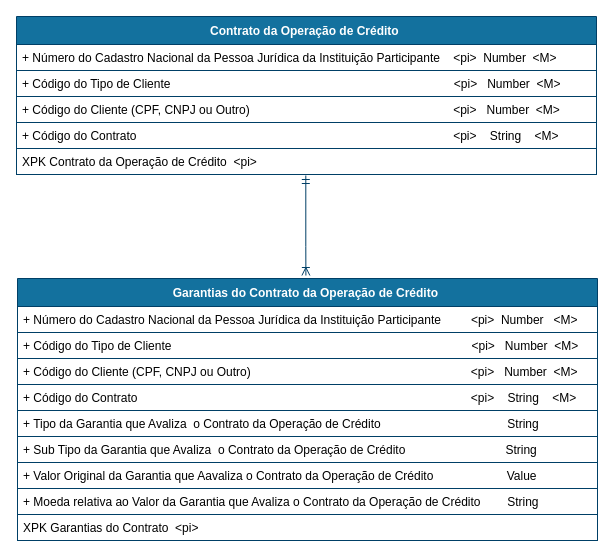
This is draw_io_diagrams/bank_borrowing/DER_BankBorrowing_Warranties.drawio from OpenBanking-Brasil/areadesenvolvedor, a draw.io file, before an edit. Source tidied: cells renumbered, new cells numbered last; positions are measured from the earlier drawing's top-left corner, leaving out a move shared by most shapes. Both pictures are drawn from the tidied source at 100%, with x=0, y=0 at pixel (16, 16).
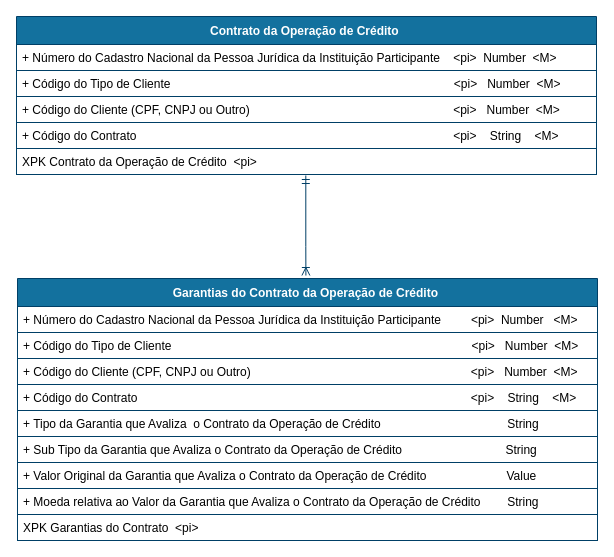
Above is the later version.

Commit message (it also covers changes not shown here):
Bank Borrowing - Warranties

The change refers to these unchanged cells:
```xml
<mxCell id="9" value="Garantias do Contrato da Operação de Crédito " style="swimlane;fontStyle=1;horizontal=1;startSize=28;rounded=0;shadow=0;comic=0;sketch=0;align=center;html=0;fillColor=#13719E;strokeColor=#003F66;fontColor=#FFFFFF;" parent="1" vertex="1">
  <mxGeometry x="1" y="262" width="580" height="262" as="geometry" />
</mxCell>
```

Diff of the diagram source:
```diff
@@
-    <mxCell id="15" value="+ Sub Tipo da Garantia que Avaliza  o Contrato da Operação de Crédito                              String" style="text;fillColor=none;align=left;verticalAlign=top;spacingLeft=4;spacingRight=4;overflow=hidden;strokeColor=#003F66;" parent="9" vertex="1">
+    <mxCell id="15" value="+ Sub Tipo da Garantia que Avaliza o Contrato da Operação de Crédito                               String" style="text;fillColor=none;align=left;verticalAlign=top;spacingLeft=4;spacingRight=4;overflow=hidden;strokeColor=#003F66;" parent="9" vertex="1">
       <mxGeometry y="158" width="580" height="26" as="geometry" />
     </mxCell>
-    <mxCell id="16" value="+ Valor Original da Garantia que Aavaliza o Contrato da Operação de Crédito                      Value" style="text;fillColor=none;align=left;verticalAlign=top;spacingLeft=4;spacingRight=4;overflow=hidden;strokeColor=#003F66;" parent="9" vertex="1">
+    <mxCell id="16" value="+ Valor Original da Garantia que Avaliza o Contrato da Operação de Crédito                        Value" style="text;fillColor=none;align=left;verticalAlign=top;spacingLeft=4;spacingRight=4;overflow=hidden;strokeColor=#003F66;" parent="9" vertex="1">
       <mxGeometry y="184" width="580" height="26" as="geometry" />
     </mxCell>
```
